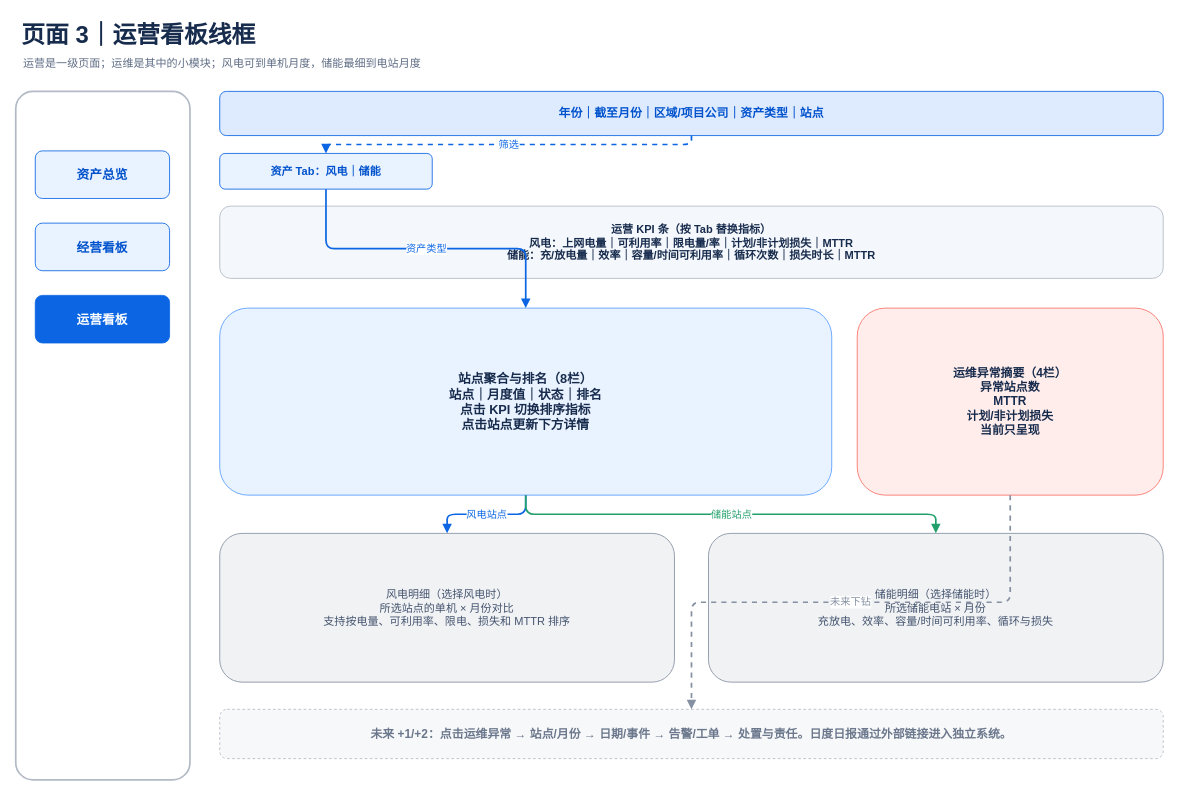
Earlier version of the draw.io diagram page "03-运营看板线框" (4 of 4) of design/drawio/asset-dashboard-v2-navigation.drawio (TorinoYip/Asset-Management-repository). Source tidied: cells renumbered, new cells numbered last; positions are measured from the earlier drawing's top-left corner, leaving out a move shared by most shapes. Both pictures are drawn from the tidied source at 85%, with x=0, y=0 at pixel (15, 14).
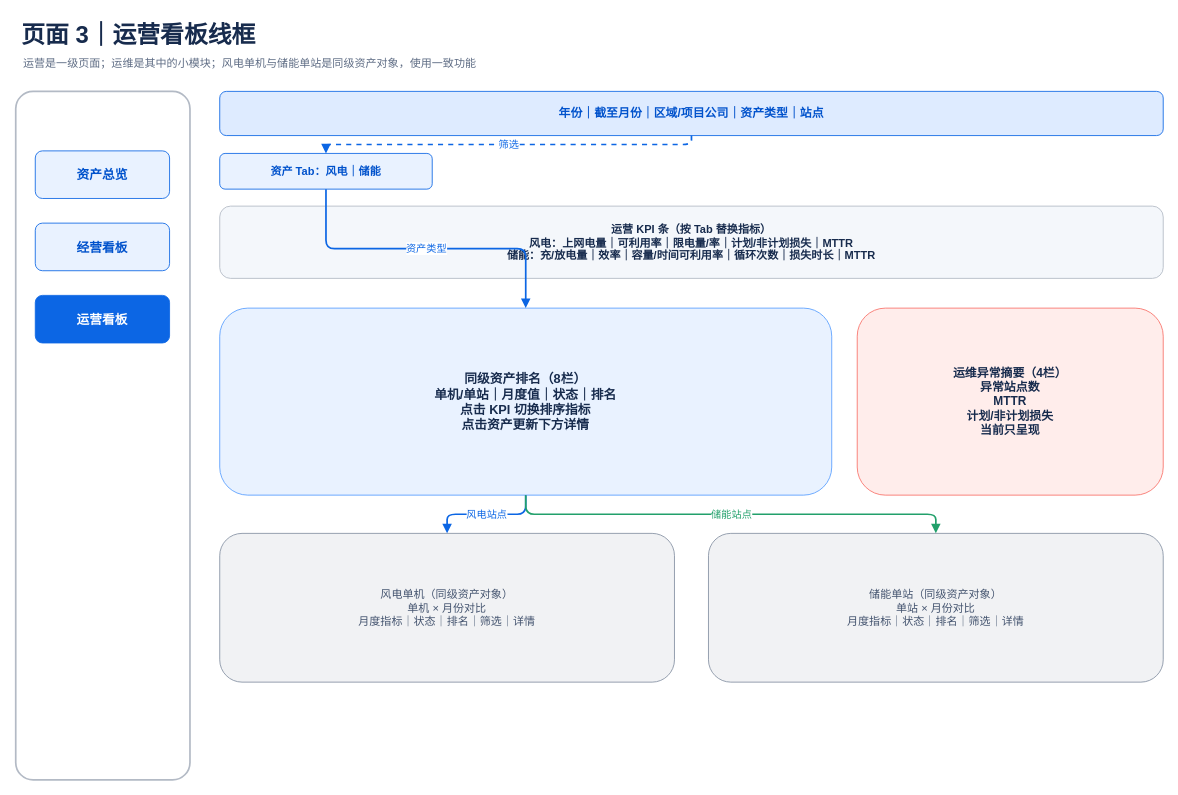
After the change.

Unchanged cells that the change refers to:
```xml
<mxCell id="12" value="运维异常摘要（4栏）&#10;异常站点数&#10;MTTR&#10;计划/非计划损失&#10;当前只呈现" style="rounded=1;whiteSpace=wrap;html=1;fillColor=#FFEDEB;strokeColor=#F87168;fontColor=#172B4D;fontStyle=1;fontSize=14;" parent="1" vertex="1">
  <mxGeometry x="990" y="345" width="360" height="220" as="geometry" />
</mxCell>
```

The edit, as a diff of the source:
```diff
@@
-    <mxCell id="3" value="运营是一级页面；运维是其中的小模块；风电可到单机月度，储能最细到电站月度" style="text;html=1;strokeColor=none;fillColor=none;fontSize=13;fontColor=#5E6C84;" parent="1" vertex="1">
+    <mxCell id="3" value="运营是一级页面；运维是其中的小模块；风电单机与储能单站是同级资产对象，使用一致功能" style="text;html=1;strokeColor=none;fillColor=none;fontSize=13;fontColor=#5E6C84;" parent="1" vertex="1">
       <mxGeometry x="7" y="43" width="1200" height="28" as="geometry" />
     </mxCell>
@@
-    <mxCell id="11" value="站点聚合与排名（8栏）&#10;站点｜月度值｜状态｜排名&#10;点击 KPI 切换排序指标&#10;点击站点更新下方详情" style="rounded=1;whiteSpace=wrap;html=1;fillColor=#E9F2FF;strokeColor=#579DFF;fontColor=#172B4D;fontStyle=1;fontSize=15;" parent="1" vertex="1">
+    <mxCell id="11" value="同级资产排名（8栏）&#10;单机/单站｜月度值｜状态｜排名&#10;点击 KPI 切换排序指标&#10;点击资产更新下方详情" style="rounded=1;whiteSpace=wrap;html=1;fillColor=#E9F2FF;strokeColor=#579DFF;fontColor=#172B4D;fontStyle=1;fontSize=15;" parent="1" vertex="1">
       <mxGeometry x="240" y="345" width="720" height="220" as="geometry" />
     </mxCell>
@@
-    <mxCell id="13" value="风电明细（选择风电时）&#10;所选站点的单机 × 月份对比&#10;支持按电量、可利用率、限电、损失和 MTTR 排序" style="rounded=1;whiteSpace=wrap;html=1;fillColor=#F1F2F4;strokeColor=#8590A2;fontColor=#44546F;fontSize=13;" parent="1" vertex="1">
+    <mxCell id="13" value="风电单机（同级资产对象）&#10;单机 × 月份对比&#10;月度指标｜状态｜排名｜筛选｜详情" style="rounded=1;whiteSpace=wrap;html=1;fillColor=#F1F2F4;strokeColor=#8590A2;fontColor=#44546F;fontSize=13;" parent="1" vertex="1">
       <mxGeometry x="240" y="610" width="535" height="175" as="geometry" />
     </mxCell>
-    <mxCell id="14" value="储能明细（选择储能时）&#10;所选储能电站 × 月份&#10;充放电、效率、容量/时间可利用率、循环与损失" style="rounded=1;whiteSpace=wrap;html=1;fillColor=#F1F2F4;strokeColor=#8590A2;fontColor=#44546F;fontSize=13;" parent="1" vertex="1">
+    <mxCell id="14" value="储能单站（同级资产对象）&#10;单站 × 月份对比&#10;月度指标｜状态｜排名｜筛选｜详情" style="rounded=1;whiteSpace=wrap;html=1;fillColor=#F1F2F4;strokeColor=#8590A2;fontColor=#44546F;fontSize=13;" parent="1" vertex="1">
       <mxGeometry x="815" y="610" width="535" height="175" as="geometry" />
     </mxCell>
-    <mxCell id="15" value="未来 +1/+2：点击运维异常 → 站点/月份 → 日期/事件 → 告警/工单 → 处置与责任。日度日报通过外部链接进入独立系统。" style="rounded=1;whiteSpace=wrap;html=1;fillColor=#F7F8F9;strokeColor=#B3BAC5;dashed=1;fontColor=#6B778C;fontStyle=1;fontSize=14;" parent="1" vertex="1">
-      <mxGeometry x="240" y="817" width="1110" height="58" as="geometry" />
-    </mxCell>
@@
-    <mxCell id="20" value="未来下钻" style="edgeStyle=orthogonalEdgeStyle;rounded=1;html=1;strokeColor=#8590A2;strokeWidth=2;dashed=1;endArrow=block;endFill=1;fontSize=12;fontColor=#8590A2;labelBackgroundColor=#FFFFFF;" parent="1" edge="1" source="12" target="15">
-      <mxGeometry relative="1" as="geometry" />
-    </mxCell>
```
